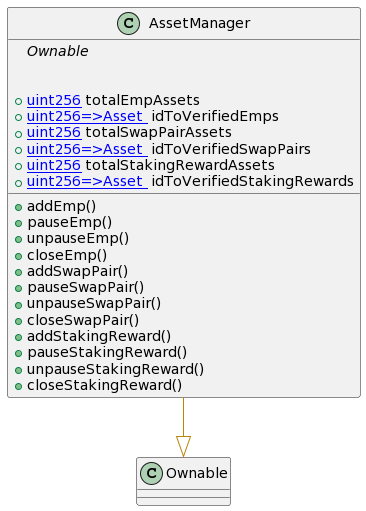
SumeroApp/sumero-contracts keeps this PlantUML diagram as uml-diagrams/Sumero Contracts UML/AssetManager.png. Above is the earlier version.
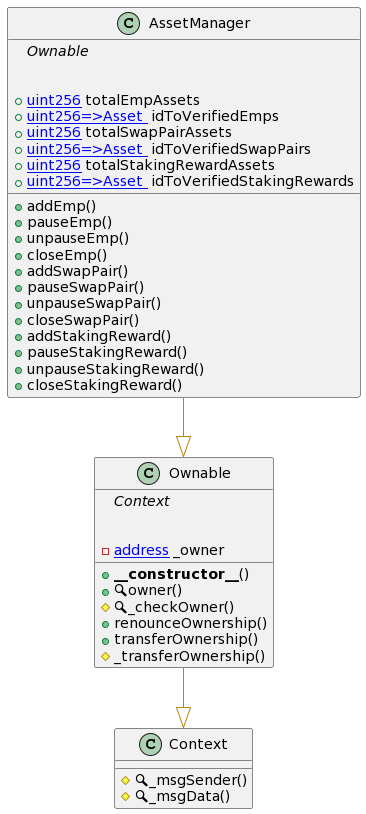
Above is the later version.

The edit, as a diff of the source:
```diff
@@ -2,6 +2,32 @@
 
 
 
+
+
+class Context {
+
+
+
+	#🔍_msgSender()
+	#🔍_msgData()
+
+}
+
+
+class Ownable {
+	{abstract}Context
+
+
+	-[[address]] _owner
+
+	+**__constructor__**()
+	+🔍owner()
+	#🔍_checkOwner()
+	+renounceOwnership()
+	+transferOwnership()
+	#_transferOwnership()
+
+}
 
 
 class AssetManager {
@@ -29,5 +55,6 @@
 	+closeStakingReward()
 
 }
+Ownable --[#DarkGoldenRod]|> Context
 AssetManager --[#DarkGoldenRod]|> Ownable
 @enduml
```
